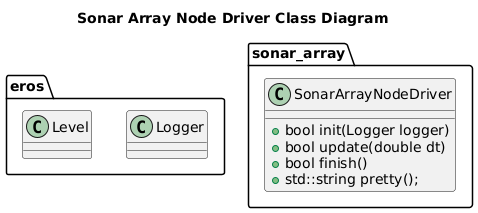
fastrobotics/sonar_array keeps this PlantUML diagram as nodes/SonarArrayNode/driver/doc/output/SonarArrayNodeDriverClassDiagram.png. Above is the earlier version. The source it was exported from:
```plantuml
@startuml
title Sonar Array Node Driver Class Diagram
namespace eros {
    class Logger
    class Level
}

namespace sonar_array {
    class SonarArrayNodeDriver  {
        +bool init(Logger logger)
        +bool update(double dt)
        +bool finish()
        +std::string pretty();
    }
}
@enduml
```
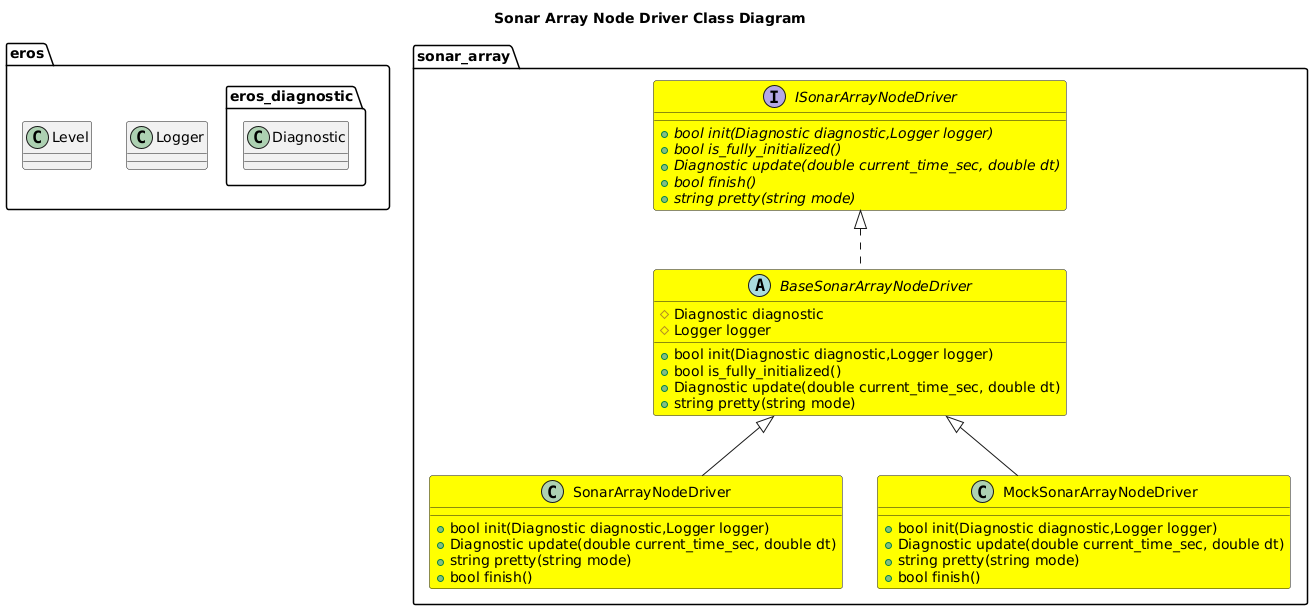
After the commit.

Diff of the diagram source:
```diff
@@ -1,16 +1,46 @@
 @startuml
 title Sonar Array Node Driver Class Diagram
-namespace eros {
+package eros {
     class Logger
     class Level
+    namespace eros_diagnostic {
+        class Diagnostic
+    }
 }
 
+
 namespace sonar_array {
-    class SonarArrayNodeDriver  {
-        +bool init(Logger logger)
-        +bool update(double dt)
+    interface ISonarArrayNodeDriver #Yellow {
+        +{abstract} bool init(Diagnostic diagnostic,Logger logger)
+        +{abstract} bool is_fully_initialized()
+        +{abstract} Diagnostic update(double current_time_sec, double dt)
+        +{abstract} bool finish()
+        +{abstract} string pretty(string mode)
+    }
+    abstract BaseSonarArrayNodeDriver #Yellow {
+        +bool init(Diagnostic diagnostic,Logger logger)
+        +bool is_fully_initialized()
+        +Diagnostic update(double current_time_sec, double dt)
+        +string pretty(string mode)
+        #Diagnostic diagnostic
+        #Logger logger
+
+    }
+    ISonarArrayNodeDriver <|.. BaseSonarArrayNodeDriver
+    class SonarArrayNodeDriver #Yellow {
+        +bool init(Diagnostic diagnostic,Logger logger)
+        +Diagnostic update(double current_time_sec, double dt)
+        +string pretty(string mode)
         +bool finish()
-        +std::string pretty();
     }
+    BaseSonarArrayNodeDriver <|-- SonarArrayNodeDriver
+    class MockSonarArrayNodeDriver #Yellow {
+        +bool init(Diagnostic diagnostic,Logger logger)
+        +Diagnostic update(double current_time_sec, double dt)
+        +string pretty(string mode)
+        +bool finish()
+    }
+    BaseSonarArrayNodeDriver <|-- MockSonarArrayNodeDriver
+
 }
 @enduml
```
